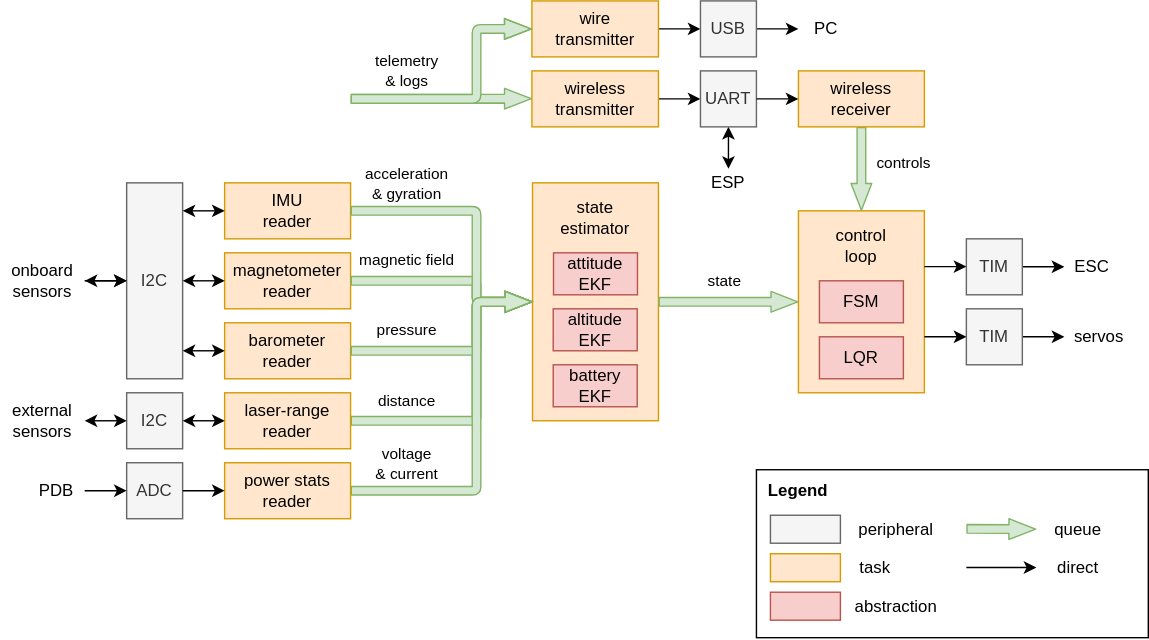
This is docs/program_architecture.drawio.svg from Eryk-Mozdzen/uav-tvc-goose, a draw.io export, as it was before one commit. Source tidied: cells renumbered, new cells last; positions are measured from the earlier drawing's top-left corner, leaving out a move shared by most shapes.
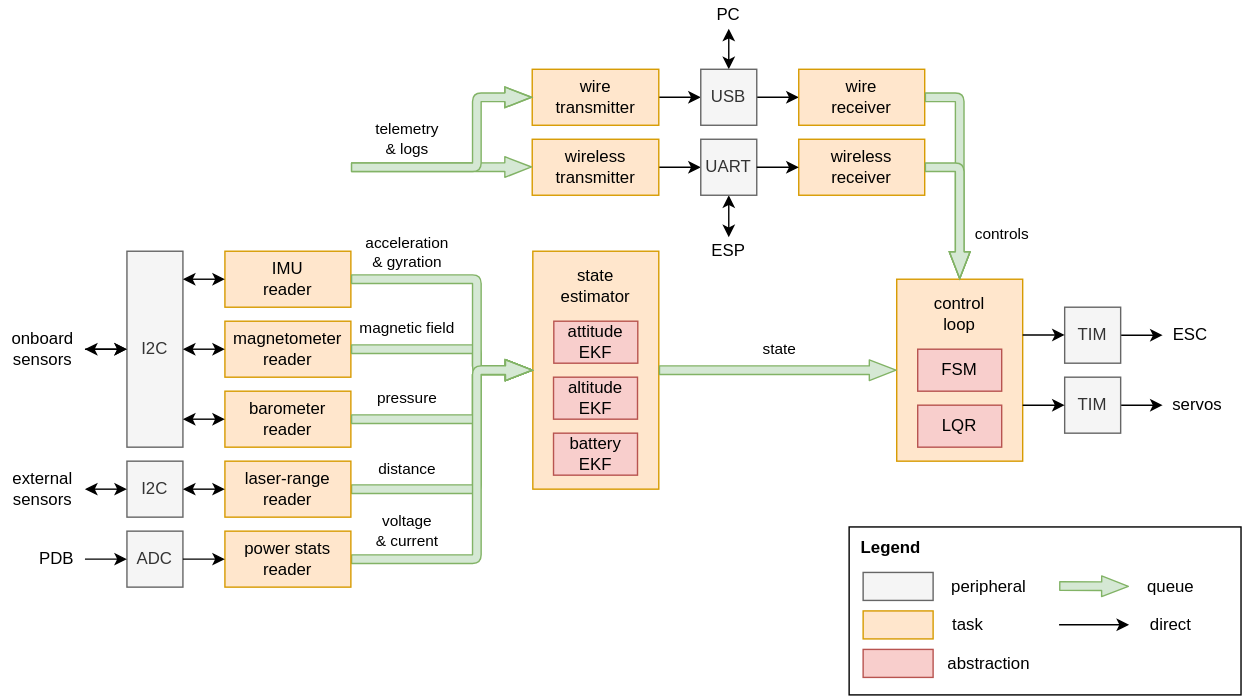
The same file after the commit.

Commit message:
update architecture diagram

What changed in the source:
```diff
@@ -103,41 +103,41 @@
       <mxGeometry relative="1" as="geometry" />
     </mxCell>
     <mxCell id="24" value="TIM" style="rounded=0;whiteSpace=wrap;html=1;fillColor=#f5f5f5;strokeColor=#666666;fontColor=#333333;" parent="1" vertex="1">
-      <mxGeometry x="690" y="220" width="40" height="40" as="geometry" />
+      <mxGeometry x="760" y="220" width="40" height="40" as="geometry" />
     </mxCell>
     <mxCell id="25" value="servos" style="text;html=1;strokeColor=none;fillColor=none;align=center;verticalAlign=middle;whiteSpace=wrap;rounded=0;" parent="1" vertex="1">
-      <mxGeometry x="760" y="225" width="50" height="30" as="geometry" />
+      <mxGeometry x="830" y="225" width="50" height="30" as="geometry" />
     </mxCell>
     <mxCell id="26" style="edgeStyle=none;html=1;entryX=0;entryY=0.5;entryDx=0;entryDy=0;" parent="1" edge="1" source="27" target="28">
       <mxGeometry relative="1" as="geometry" />
     </mxCell>
     <mxCell id="27" value="TIM" style="rounded=0;whiteSpace=wrap;html=1;fillColor=#f5f5f5;strokeColor=#666666;fontColor=#333333;" parent="1" vertex="1">
-      <mxGeometry x="690" y="170" width="40" height="40" as="geometry" />
+      <mxGeometry x="760" y="170" width="40" height="40" as="geometry" />
     </mxCell>
     <mxCell id="28" value="ESC" style="text;html=1;strokeColor=none;fillColor=none;align=center;verticalAlign=middle;whiteSpace=wrap;rounded=0;" parent="1" vertex="1">
-      <mxGeometry x="760" y="175" width="40" height="30" as="geometry" />
+      <mxGeometry x="830" y="175" width="40" height="30" as="geometry" />
     </mxCell>
     <mxCell id="29" style="rounded=0;whiteSpace=wrap;html=1;fillColor=#ffe6cc;strokeColor=#d79b00;" parent="1" vertex="1">
-      <mxGeometry x="570" y="150" width="90" height="130" as="geometry" />
+      <mxGeometry x="640" y="150" width="90" height="130" as="geometry" />
     </mxCell>
     <mxCell id="30" style="endArrow=classic;html=1;entryX=0;entryY=0.5;entryDx=0;entryDy=0;" parent="1" edge="1" target="24">
       <mxGeometry relative="1" as="geometry">
-        <mxPoint x="660" y="240" as="sourcePoint" />
+        <mxPoint x="730" y="240" as="sourcePoint" />
       </mxGeometry>
     </mxCell>
     <mxCell id="31" style="endArrow=classic;html=1;entryX=0;entryY=0.5;entryDx=0;entryDy=0;" parent="1" edge="1">
       <mxGeometry relative="1" as="geometry">
-        <mxPoint x="660" y="189.8" as="sourcePoint" />
-        <mxPoint x="690" y="189.8" as="targetPoint" />
+        <mxPoint x="730" y="189.8" as="sourcePoint" />
+        <mxPoint x="760" y="189.8" as="targetPoint" />
       </mxGeometry>
     </mxCell>
     <mxCell id="32" value="control&lt;br&gt;loop" style="text;html=1;strokeColor=none;fillColor=none;align=center;verticalAlign=middle;whiteSpace=wrap;rounded=0;fontColor=#000000;" parent="1" vertex="1">
-      <mxGeometry x="585" y="160" width="60" height="30" as="geometry" />
+      <mxGeometry x="655" y="160" width="60" height="30" as="geometry" />
     </mxCell>
     <mxCell id="33" value="PC" style="text;html=1;strokeColor=none;fillColor=none;align=center;verticalAlign=middle;whiteSpace=wrap;rounded=0;fontColor=#000000;" parent="1" vertex="1">
-      <mxGeometry x="570" y="10" width="40" height="20" as="geometry" />
+      <mxGeometry x="500" y="-49" width="40" height="20" as="geometry" />
     </mxCell>
-    <mxCell id="34" style="endArrow=classic;html=1;fontColor=#FFFFFF;entryX=0;entryY=0.5;entryDx=0;entryDy=0;exitX=1;exitY=0.5;exitDx=0;exitDy=0;" parent="1" edge="1" source="66" target="33">
+    <mxCell id="34" style="endArrow=classic;html=1;fontColor=#FFFFFF;entryX=0.5;entryY=1;entryDx=0;entryDy=0;exitX=0.5;exitY=0;exitDx=0;exitDy=0;startArrow=classic;startFill=1;" parent="1" edge="1" source="66" target="33">
       <mxGeometry relative="1" as="geometry" />
     </mxCell>
     <mxCell id="35" value="ADC" style="rounded=0;whiteSpace=wrap;html=1;fillColor=#f5f5f5;strokeColor=#666666;fontColor=#333333;" parent="1" vertex="1">
@@ -170,55 +170,47 @@
         <mxPoint x="-9" y="-13" as="offset" />
       </mxGeometry>
     </mxCell>
-    <mxCell id="42" style="shape=flexArrow;endArrow=classic;html=1;width=6.153846153846153;endSize=6.026923076923077;endWidth=7.633136094674557;fillColor=#d5e8d4;strokeColor=#82b366;exitX=0.5;exitY=1;exitDx=0;exitDy=0;entryX=0.5;entryY=0;entryDx=0;entryDy=0;" parent="1" edge="1" source="65" target="29">
-      <mxGeometry relative="1" as="geometry" />
-    </mxCell>
-    <mxCell id="43" value="controls" style="edgeLabel;html=1;align=center;verticalAlign=middle;labelBackgroundColor=none;" parent="42" vertex="1">
-      <mxGeometry x="0.11" y="2" relative="1" as="geometry">
-        <mxPoint x="28" y="-7" as="offset" />
-      </mxGeometry>
-    </mxCell>
     <mxCell id="44" style="rounded=0;whiteSpace=wrap;html=1;" parent="1" vertex="1">
-      <mxGeometry x="540" y="335" width="280" height="120" as="geometry" />
+      <mxGeometry x="606" y="327" width="280" height="120" as="geometry" />
     </mxCell>
     <mxCell id="45" style="rounded=0;whiteSpace=wrap;html=1;fillColor=#ffe6cc;strokeColor=#d79b00;" parent="1" vertex="1">
-      <mxGeometry x="550" y="395" width="50" height="20" as="geometry" />
+      <mxGeometry x="616" y="387" width="50" height="20" as="geometry" />
     </mxCell>
     <mxCell id="46" value="task" style="text;html=1;strokeColor=none;fillColor=none;align=center;verticalAlign=middle;whiteSpace=wrap;rounded=0;" parent="1" vertex="1">
-      <mxGeometry x="610" y="397.5" width="30" height="15" as="geometry" />
+      <mxGeometry x="676" y="389.5" width="30" height="15" as="geometry" />
     </mxCell>
     <mxCell id="47" style="shape=flexArrow;endArrow=classic;html=1;width=6.153846153846153;endSize=6.026923076923077;endWidth=7.633136094674557;fillColor=#d5e8d4;strokeColor=#82b366;" parent="1" edge="1">
       <mxGeometry relative="1" as="geometry">
-        <mxPoint x="690" y="377.2" as="sourcePoint" />
-        <mxPoint x="740" y="377.5" as="targetPoint" />
+        <mxPoint x="756" y="369.2" as="sourcePoint" />
+        <mxPoint x="806" y="369.5" as="targetPoint" />
       </mxGeometry>
     </mxCell>
     <mxCell id="48" value="queue" style="text;html=1;strokeColor=none;fillColor=none;align=center;verticalAlign=middle;whiteSpace=wrap;rounded=0;" parent="1" vertex="1">
-      <mxGeometry x="750" y="370" width="40" height="15" as="geometry" />
+      <mxGeometry x="816" y="362" width="40" height="15" as="geometry" />
     </mxCell>
     <mxCell id="49" style="rounded=0;whiteSpace=wrap;html=1;fillColor=#f5f5f5;strokeColor=#666666;fontColor=#333333;" parent="1" vertex="1">
-      <mxGeometry x="550" y="367.5" width="50" height="20" as="geometry" />
+      <mxGeometry x="616" y="359.5" width="50" height="20" as="geometry" />
     </mxCell>
     <mxCell id="50" value="peripheral" style="text;html=1;strokeColor=none;fillColor=none;align=center;verticalAlign=middle;whiteSpace=wrap;rounded=0;" parent="1" vertex="1">
-      <mxGeometry x="610" y="370" width="60" height="15" as="geometry" />
+      <mxGeometry x="676" y="362" width="60" height="15" as="geometry" />
     </mxCell>
     <mxCell id="51" value="Legend" style="text;html=1;strokeColor=none;fillColor=none;align=center;verticalAlign=middle;whiteSpace=wrap;rounded=0;fontStyle=1;" parent="1" vertex="1">
-      <mxGeometry x="540" y="335" width="60" height="30" as="geometry" />
+      <mxGeometry x="606" y="327" width="60" height="30" as="geometry" />
     </mxCell>
     <mxCell id="52" style="rounded=0;whiteSpace=wrap;html=1;fillColor=#f8cecc;strokeColor=#b85450;" parent="1" vertex="1">
-      <mxGeometry x="550" y="422.5" width="50" height="20" as="geometry" />
+      <mxGeometry x="616" y="414.5" width="50" height="20" as="geometry" />
     </mxCell>
     <mxCell id="53" value="abstraction" style="text;html=1;strokeColor=none;fillColor=none;align=center;verticalAlign=middle;whiteSpace=wrap;rounded=0;labelPosition=center;verticalLabelPosition=middle;" parent="1" vertex="1">
-      <mxGeometry x="610" y="425" width="60" height="15" as="geometry" />
+      <mxGeometry x="676" y="417" width="60" height="15" as="geometry" />
     </mxCell>
     <mxCell id="54" style="endArrow=classic;html=1;fontColor=#FFFFFF;exitX=1;exitY=0.5;exitDx=0;exitDy=0;" parent="1" edge="1">
       <mxGeometry relative="1" as="geometry">
-        <mxPoint x="690" y="404.9" as="sourcePoint" />
-        <mxPoint x="740" y="404.9" as="targetPoint" />
+        <mxPoint x="756" y="396.9" as="sourcePoint" />
+        <mxPoint x="806" y="396.9" as="targetPoint" />
       </mxGeometry>
     </mxCell>
     <mxCell id="55" value="direct" style="text;html=1;strokeColor=none;fillColor=none;align=center;verticalAlign=middle;whiteSpace=wrap;rounded=0;" parent="1" vertex="1">
-      <mxGeometry x="750" y="397.5" width="40" height="15" as="geometry" />
+      <mxGeometry x="816" y="389.5" width="40" height="15" as="geometry" />
     </mxCell>
     <mxCell id="56" style="endArrow=classic;startArrow=classic;html=1;exitX=0.5;exitY=1;exitDx=0;exitDy=0;entryX=0.5;entryY=0;entryDx=0;entryDy=0;" parent="1" edge="1" source="67" target="19">
       <mxGeometry relative="1" as="geometry" />
@@ -250,6 +242,9 @@
     <mxCell id="65" value="wireless&lt;br&gt;receiver" style="rounded=0;whiteSpace=wrap;html=1;fillColor=#ffe6cc;strokeColor=#d79b00;" parent="1" vertex="1">
       <mxGeometry x="570" y="50" width="90" height="40" as="geometry" />
     </mxCell>
+    <mxCell id="80" style="edgeStyle=none;html=1;entryX=0;entryY=0.5;entryDx=0;entryDy=0;startArrow=none;startFill=0;" parent="1" edge="1" source="66" target="81">
+      <mxGeometry relative="1" as="geometry" />
+    </mxCell>
     <mxCell id="66" value="USB" style="rounded=0;whiteSpace=wrap;html=1;fillColor=#f5f5f5;fontColor=#333333;strokeColor=#666666;" parent="1" vertex="1">
       <mxGeometry x="500" width="40" height="40" as="geometry" />
     </mxCell>
@@ -283,10 +278,10 @@
       <mxGeometry x="394.8" y="260" width="60" height="30" as="geometry" />
     </mxCell>
     <mxCell id="75" value="FSM" style="rounded=0;whiteSpace=wrap;html=1;fillColor=#f8cecc;strokeColor=#b85450;" parent="1" vertex="1">
-      <mxGeometry x="585" y="200" width="60" height="30" as="geometry" />
+      <mxGeometry x="655" y="200" width="60" height="30" as="geometry" />
     </mxCell>
     <mxCell id="76" value="LQR" style="rounded=0;whiteSpace=wrap;html=1;fillColor=#f8cecc;strokeColor=#b85450;" parent="1" vertex="1">
-      <mxGeometry x="585" y="240" width="60" height="30" as="geometry" />
+      <mxGeometry x="655" y="240" width="60" height="30" as="geometry" />
     </mxCell>
     <mxCell id="77" value="state&lt;br&gt;estimator" style="text;html=1;strokeColor=none;fillColor=none;align=center;verticalAlign=middle;whiteSpace=wrap;rounded=0;fontColor=#000000;" parent="1" vertex="1">
       <mxGeometry x="394.8" y="140" width="60" height="30" as="geometry" />
@@ -303,5 +298,27 @@
         </Array>
       </mxGeometry>
     </mxCell>
+    <mxCell id="81" value="wire&lt;br&gt;receiver" style="rounded=0;whiteSpace=wrap;html=1;fillColor=#ffe6cc;strokeColor=#d79b00;" parent="1" vertex="1">
+      <mxGeometry x="570" width="90" height="40" as="geometry" />
+    </mxCell>
+    <mxCell id="82" style="shape=flexArrow;endArrow=classic;html=1;width=6.153846153846153;endSize=6.026923076923077;endWidth=7.633136094674557;fillColor=#d5e8d4;strokeColor=#82b366;exitX=1;exitY=0.5;exitDx=0;exitDy=0;entryX=0.5;entryY=0;entryDx=0;entryDy=0;" parent="1" edge="1" source="81" target="29">
+      <mxGeometry relative="1" as="geometry">
+        <Array as="points">
+          <mxPoint x="685" y="20" />
+        </Array>
+      </mxGeometry>
+    </mxCell>
+    <mxCell id="42" style="shape=flexArrow;endArrow=classic;html=1;width=6.153846153846153;endSize=6.026923076923077;endWidth=7.633136094674557;fillColor=#d5e8d4;strokeColor=#82b366;exitX=1;exitY=0.5;exitDx=0;exitDy=0;entryX=0.5;entryY=0;entryDx=0;entryDy=0;" parent="1" edge="1" source="65" target="29">
+      <mxGeometry relative="1" as="geometry">
+        <Array as="points">
+          <mxPoint x="685" y="70" />
+        </Array>
+      </mxGeometry>
+    </mxCell>
+    <mxCell id="43" value="controls" style="edgeLabel;html=1;align=center;verticalAlign=middle;labelBackgroundColor=none;" parent="42" vertex="1">
+      <mxGeometry x="0.11" y="2" relative="1" as="geometry">
+        <mxPoint x="28" y="14" as="offset" />
+      </mxGeometry>
+    </mxCell>
   </root>
 </mxGraphModel>
```
